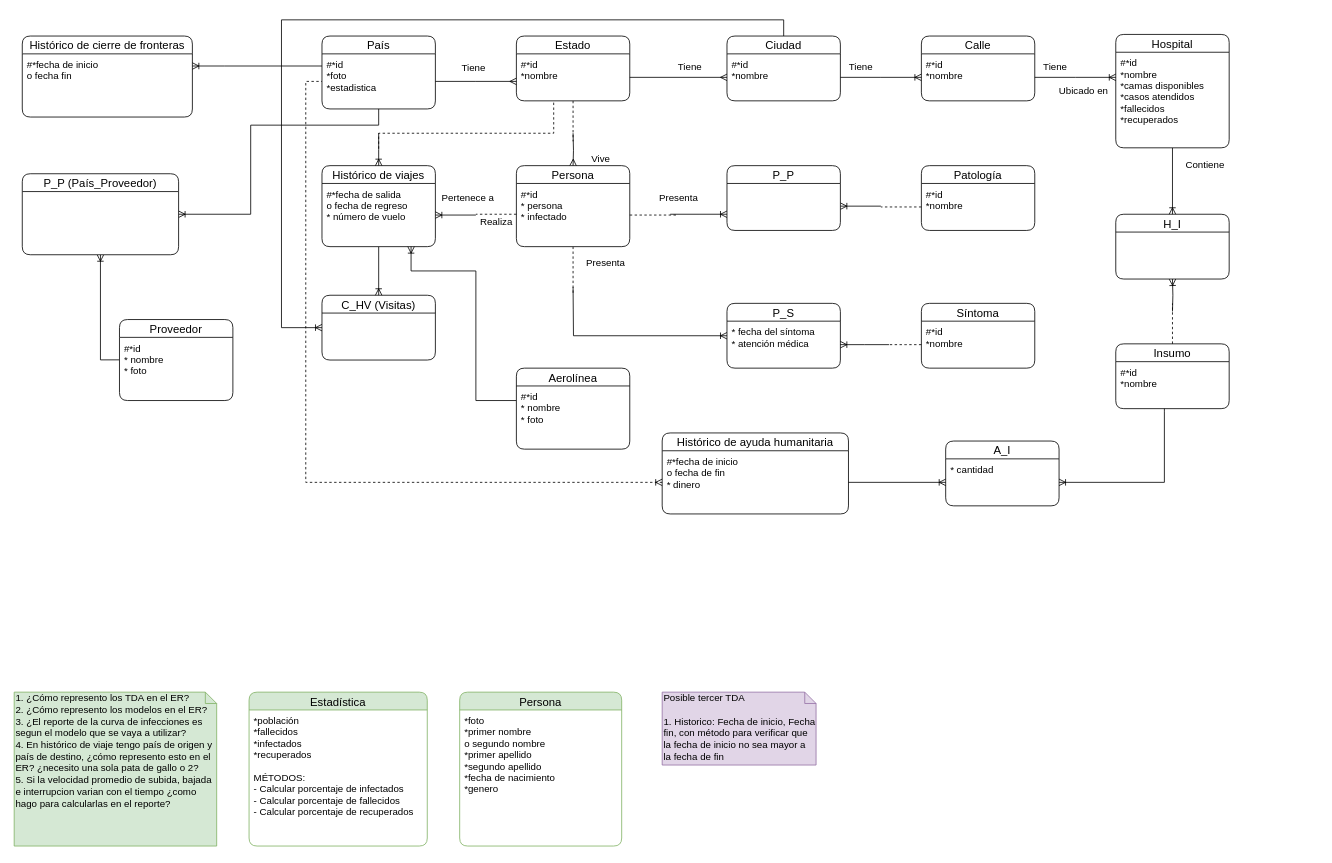
The draw.io diagram DB II/ER Prototype.drawio in NeutronBlast/IS-Ex, before the edit. Source tidied: cells renumbered, new cells numbered last; positions are measured from the earlier drawing's top-left corner, leaving out a move shared by most shapes. Both pictures are drawn from the tidied source at 81%, with x=0, y=0 at pixel (14, 19).
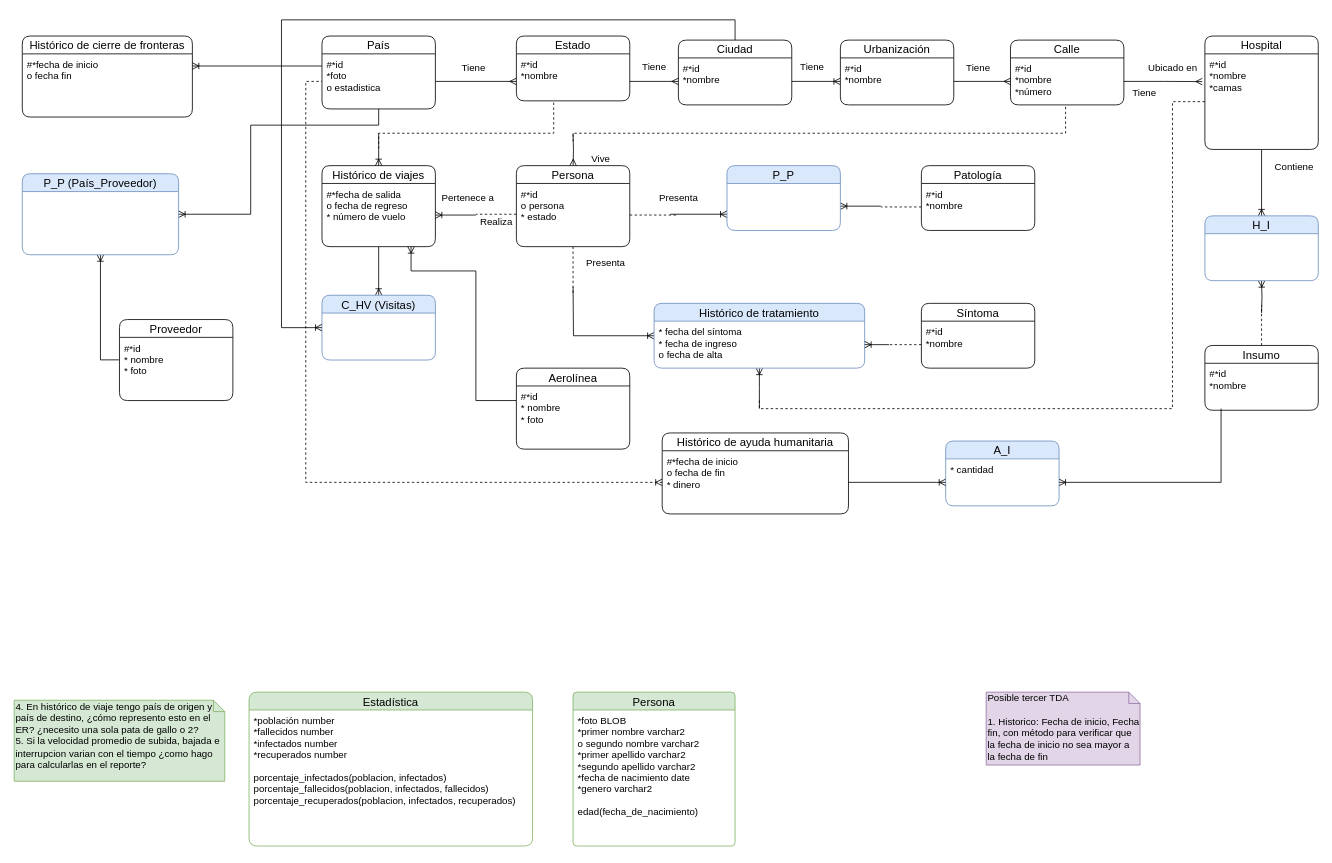
Above is the later version.

The change refers to these unchanged cells:
```xml
<mxCell id="5" value="País" style="swimlane;fontStyle=0;horizontal=1;startSize=22;fillColor=none;swimlaneFillColor=#ffffff;align=center;fontSize=14;rounded=1;" parent="1" vertex="1">
  <mxGeometry x="380" y="20" width="140" height="90" as="geometry" />
</mxCell>
<mxCell id="9" value="Estado" style="swimlane;fontStyle=0;horizontal=1;startSize=22;fillColor=none;swimlaneFillColor=#ffffff;align=center;fontSize=14;rounded=1;" parent="1" vertex="1">
  <mxGeometry x="620" y="20" width="140" height="80" as="geometry" />
</mxCell>
<mxCell id="10" value="#*id&#10;*nombre" style="text;strokeColor=none;fillColor=none;spacingLeft=4;spacingRight=4;overflow=hidden;points=[[0,0.5],[1,0.5]];portConstraint=eastwest;fontSize=12;" parent="9" vertex="1">
  <mxGeometry y="22" width="140" height="58" as="geometry" />
</mxCell>
<mxCell id="14" value="Persona" style="swimlane;fontStyle=0;horizontal=1;startSize=22;fillColor=none;swimlaneFillColor=#ffffff;align=center;fontSize=14;rounded=1;" parent="1" vertex="1">
  <mxGeometry x="620" y="180" width="140" height="100" as="geometry" />
</mxCell>
<mxCell id="38" value="#*id&#10;*nombre" style="text;strokeColor=none;fillColor=none;spacingLeft=4;spacingRight=4;overflow=hidden;points=[[0,0.5],[1,0.5]];portConstraint=eastwest;fontSize=12;" parent="37" vertex="1">
  <mxGeometry y="22" width="140" height="58" as="geometry" />
</mxCell>
<mxCell id="69" value="* cantidad" style="text;strokeColor=none;fillColor=none;spacingLeft=4;spacingRight=4;overflow=hidden;points=[[0,0.5],[1,0.5]];portConstraint=eastwest;fontSize=12;" parent="68" vertex="1">
  <mxGeometry y="22" width="140" height="58" as="geometry" />
</mxCell>
```

Change to the diagram source:
```diff
@@
-    <mxCell id="2" value="Persona" style="swimlane;fontStyle=0;horizontal=1;startSize=22;fillColor=#d5e8d4;swimlaneFillColor=#ffffff;align=center;fontSize=14;rounded=1;strokeColor=#82b366;" parent="1" vertex="1">
-      <mxGeometry x="550" y="830" width="200" height="190" as="geometry" />
+    <mxCell id="2" value="Persona" style="swimlane;fontStyle=0;horizontal=1;startSize=22;fillColor=#d5e8d4;swimlaneFillColor=#ffffff;align=center;fontSize=14;rounded=1;strokeColor=#82b366;arcSize=7;" parent="1" vertex="1">
+      <mxGeometry x="690" y="830" width="200" height="190" as="geometry" />
     </mxCell>
-    <mxCell id="3" value="*foto&#10;*primer nombre&#10;o segundo nombre&#10;*primer apellido&#10;*segundo apellido&#10;*fecha de nacimiento&#10;*genero&#10;" style="text;strokeColor=none;fillColor=none;spacingLeft=4;spacingRight=4;overflow=hidden;fontSize=12;" parent="2" vertex="1">
+    <mxCell id="3" value="*foto BLOB&#10;*primer nombre varchar2&#10;o segundo nombre varchar2&#10;*primer apellido varchar2&#10;*segundo apellido varchar2&#10;*fecha de nacimiento date&#10;*genero varchar2&#10;&#10;edad(fecha_de_nacimiento)" style="text;strokeColor=none;fillColor=none;spacingLeft=4;spacingRight=4;overflow=hidden;fontSize=12;" parent="2" vertex="1">
       <mxGeometry y="22" width="200" height="168" as="geometry" />
     </mxCell>
@@
-    <mxCell id="6" value="#*id&#10;*foto&#10;*estadistica" style="text;strokeColor=none;fillColor=none;spacingLeft=4;spacingRight=4;overflow=hidden;points=[[0,0.5],[1,0.5]];portConstraint=eastwest;fontSize=12;" parent="5" vertex="1">
+    <mxCell id="6" value="#*id&#10;*foto&#10;o estadistica" style="text;strokeColor=none;fillColor=none;spacingLeft=4;spacingRight=4;overflow=hidden;points=[[0,0.5],[1,0.5]];portConstraint=eastwest;fontSize=12;" parent="5" vertex="1">
       <mxGeometry y="22" width="140" height="68" as="geometry" />
     </mxCell>
@@
-    <mxCell id="8" style="edgeStyle=orthogonalEdgeStyle;rounded=0;jettySize=auto;html=1;startArrow=none;startFill=0;endArrow=none;endFill=0;dashed=1;" parent="1" edge="1" source="9">
+    <mxCell id="8" style="edgeStyle=orthogonalEdgeStyle;rounded=0;jettySize=auto;html=1;startArrow=none;startFill=0;endArrow=none;endFill=0;dashed=1;exitX=0.486;exitY=1.041;exitDx=0;exitDy=0;exitPerimeter=0;" parent="1" edge="1" source="51">
       <mxGeometry relative="1" as="geometry">
         <mxPoint x="690" y="150" as="targetPoint" />
+        <Array as="points">
+          <mxPoint x="1298" y="140" />
+          <mxPoint x="690" y="140" />
+        </Array>
       </mxGeometry>
     </mxCell>
@@
-    <mxCell id="15" value="#*id&#10;* persona&#10;* infectado" style="text;strokeColor=none;fillColor=none;spacingLeft=4;spacingRight=4;overflow=hidden;points=[[0,0.5],[1,0.5]];portConstraint=eastwest;fontSize=12;" parent="14" vertex="1">
+    <mxCell id="15" value="#*id&#10;o persona&#10;* estado" style="text;strokeColor=none;fillColor=none;spacingLeft=4;spacingRight=4;overflow=hidden;points=[[0,0.5],[1,0.5]];portConstraint=eastwest;fontSize=12;" parent="14" vertex="1">
       <mxGeometry y="22" width="140" height="78" as="geometry" />
     </mxCell>
@@
-    <mxCell id="20" value="P_P" style="swimlane;fontStyle=0;horizontal=1;startSize=22;fillColor=none;swimlaneFillColor=#ffffff;align=center;fontSize=14;rounded=1;" parent="1" vertex="1">
+    <mxCell id="20" value="P_P" style="swimlane;fontStyle=0;horizontal=1;startSize=22;fillColor=#dae8fc;swimlaneFillColor=#ffffff;align=center;fontSize=14;rounded=1;strokeColor=#6c8ebf;" parent="1" vertex="1">
       <mxGeometry x="880" y="180" width="140" height="80" as="geometry" />
     </mxCell>
@@
+    <mxCell id="85" style="edgeStyle=orthogonalEdgeStyle;rounded=0;jettySize=auto;html=1;endArrow=none;endFill=0;startArrow=ERoneToMany;startFill=0;" parent="1" edge="1" source="22">
+      <mxGeometry relative="1" as="geometry">
+        <mxPoint x="920" y="480" as="targetPoint" />
+      </mxGeometry>
+    </mxCell>
-    <mxCell id="22" value="P_S" style="swimlane;fontStyle=0;horizontal=1;startSize=22;fillColor=none;swimlaneFillColor=#ffffff;align=center;fontSize=14;rounded=1;" parent="1" vertex="1">
-      <mxGeometry x="880" y="350" width="140" height="80" as="geometry" />
+    <mxCell id="22" value="Histórico de tratamiento" style="swimlane;fontStyle=0;horizontal=1;startSize=22;fillColor=#dae8fc;swimlaneFillColor=#ffffff;align=center;fontSize=14;rounded=1;strokeColor=#6c8ebf;" parent="1" vertex="1">
+      <mxGeometry x="790" y="350" width="260" height="80" as="geometry" />
     </mxCell>
-    <mxCell id="23" value="* fecha del síntoma&#10;* atención médica" style="text;strokeColor=none;fillColor=none;spacingLeft=4;spacingRight=4;overflow=hidden;points=[[0,0.5],[1,0.5]];portConstraint=eastwest;fontSize=12;" parent="22" vertex="1">
-      <mxGeometry y="22" width="140" height="58" as="geometry" />
+    <mxCell id="23" value="* fecha del síntoma&#10;* fecha de ingreso&#10;o fecha de alta" style="text;strokeColor=none;fillColor=none;spacingLeft=4;spacingRight=4;overflow=hidden;points=[[0,0.5],[1,0.5]];portConstraint=eastwest;fontSize=12;" parent="22" vertex="1">
+      <mxGeometry y="22" width="260" height="58" as="geometry" />
     </mxCell>
@@
     <mxCell id="28" value="Estadística" style="swimlane;fontStyle=0;horizontal=1;startSize=22;fillColor=#d5e8d4;swimlaneFillColor=#ffffff;align=center;fontSize=14;rounded=1;strokeColor=#82b366;" parent="1" vertex="1">
-      <mxGeometry x="290" y="830" width="220" height="190" as="geometry" />
+      <mxGeometry x="290" y="830" width="350" height="190" as="geometry" />
     </mxCell>
-    <mxCell id="29" value="*población&#10;*fallecidos&#10;*infectados&#10;*recuperados&#10;&#10;MÉTODOS:&#10;- Calcular porcentaje de infectados&#10;- Calcular porcentaje de fallecidos&#10;- Calcular porcentaje de recuperados" style="text;strokeColor=none;fillColor=none;spacingLeft=4;spacingRight=4;overflow=hidden;fontSize=12;" parent="28" vertex="1">
-      <mxGeometry y="22" width="220" height="168" as="geometry" />
+    <mxCell id="29" value="*población number&#10;*fallecidos number&#10;*infectados number&#10;*recuperados number&#10;&#10;porcentaje_infectados(poblacion, infectados)&#10;porcentaje_fallecidos(poblacion, infectados, fallecidos)&#10;porcentaje_recuperados(poblacion, infectados, recuperados)&#10;" style="text;strokeColor=none;fillColor=none;spacingLeft=4;spacingRight=4;overflow=hidden;fontSize=12;" parent="28" vertex="1">
+      <mxGeometry y="22" width="350" height="168" as="geometry" />
     </mxCell>
@@
-    <mxCell id="32" value="1. ¿Cómo represento los TDA en el ER?&lt;br&gt;2. ¿Cómo represento los modelos en el ER?&lt;br&gt;3. ¿El reporte de la curva de infecciones es segun el modelo que se vaya a utilizar?&lt;br&gt;4. En histórico de viaje tengo país de origen y país de destino, ¿cómo represento esto en el ER? ¿necesito una sola pata de gallo o 2?&lt;br&gt;5. Si la velocidad promedio de subida, bajada e interrupcion varian con el tiempo ¿como hago para calcularlas en el reporte?" style="shape=note;whiteSpace=wrap;html=1;size=14;verticalAlign=top;align=left;spacingTop=-6;fillColor=#d5e8d4;strokeColor=#82b366;" parent="1" vertex="1">
-      <mxGeometry y="830" width="250" height="190" as="geometry" />
+    <mxCell id="32" value="4. En histórico de viaje tengo país de origen y país de destino, ¿cómo represento esto en el ER? ¿necesito una sola pata de gallo o 2?&lt;br&gt;5. Si la velocidad promedio de subida, bajada e interrupcion varian con el tiempo ¿como hago para calcularlas en el reporte?" style="shape=note;whiteSpace=wrap;html=1;size=14;verticalAlign=top;align=left;spacingTop=-6;fillColor=#d5e8d4;strokeColor=#82b366;" parent="1" vertex="1">
+      <mxGeometry y="840" width="260" height="100" as="geometry" />
     </mxCell>
@@
-    <mxCell id="35" value="C_HV (Visitas)" style="swimlane;fontStyle=0;horizontal=1;startSize=22;fillColor=none;swimlaneFillColor=#ffffff;align=center;fontSize=14;rounded=1;" parent="1" vertex="1">
+    <mxCell id="35" value="C_HV (Visitas)" style="swimlane;fontStyle=0;horizontal=1;startSize=22;fillColor=#dae8fc;swimlaneFillColor=#ffffff;align=center;fontSize=14;rounded=1;strokeColor=#6c8ebf;" parent="1" vertex="1">
       <mxGeometry x="380" y="340" width="140" height="80" as="geometry" />
     </mxCell>
     <mxCell id="36" style="edgeStyle=orthogonalEdgeStyle;rounded=0;jettySize=auto;html=1;exitX=0.5;exitY=0;exitDx=0;exitDy=0;startArrow=none;startFill=0;endArrow=ERoneToMany;endFill=0;entryX=0;entryY=0.5;entryDx=0;entryDy=0;" parent="1" edge="1" source="37" target="35">
       <mxGeometry relative="1" as="geometry">
         <Array as="points">
-          <mxPoint x="950" />
+          <mxPoint x="890" />
           <mxPoint x="330" />
           <mxPoint x="330" y="380" />
         </Array>
       </mxGeometry>
     </mxCell>
     <mxCell id="37" value="Ciudad" style="swimlane;fontStyle=0;horizontal=1;startSize=22;fillColor=none;swimlaneFillColor=#ffffff;align=center;fontSize=14;rounded=1;" parent="1" vertex="1">
-      <mxGeometry x="880" y="20" width="140" height="80" as="geometry" />
+      <mxGeometry x="820" y="25" width="140" height="80" as="geometry" />
     </mxCell>
@@
-    <mxCell id="39" style="edgeStyle=orthogonalEdgeStyle;rounded=0;jettySize=auto;html=1;exitX=1;exitY=0.5;exitDx=0;exitDy=0;entryX=0;entryY=0.5;entryDx=0;entryDy=0;startArrow=none;startFill=0;endArrow=ERmany;endFill=0;" parent="1" edge="1" source="10" target="38">
-      <mxGeometry relative="1" as="geometry" />
-    </mxCell>
@@
-    <mxCell id="48" value="Tiene" style="text;html=1;align=center;verticalAlign=middle;" parent="1" vertex="1">
-      <mxGeometry x="809" y="48" width="50" height="20" as="geometry" />
-    </mxCell>
@@
     <mxCell id="50" value="Calle" style="swimlane;fontStyle=0;horizontal=1;startSize=22;fillColor=none;swimlaneFillColor=#ffffff;align=center;fontSize=14;rounded=1;" parent="1" vertex="1">
-      <mxGeometry x="1120" y="20" width="140" height="80" as="geometry" />
+      <mxGeometry x="1230" y="25" width="140" height="80" as="geometry" />
     </mxCell>
-    <mxCell id="51" value="#*id&#10;*nombre" style="text;strokeColor=none;fillColor=none;spacingLeft=4;spacingRight=4;overflow=hidden;points=[[0,0.5],[1,0.5]];portConstraint=eastwest;fontSize=12;" parent="50" vertex="1">
+    <mxCell id="51" value="#*id&#10;*nombre&#10;*número" style="text;strokeColor=none;fillColor=none;spacingLeft=4;spacingRight=4;overflow=hidden;points=[[0,0.5],[1,0.5]];portConstraint=eastwest;fontSize=12;" parent="50" vertex="1">
       <mxGeometry y="22" width="140" height="58" as="geometry" />
     </mxCell>
     <mxCell id="52" style="edgeStyle=orthogonalEdgeStyle;rounded=0;jettySize=auto;html=1;startArrow=none;startFill=0;endArrow=ERoneToMany;endFill=0;" parent="1" edge="1" source="38">
       <mxGeometry relative="1" as="geometry">
-        <mxPoint x="1120" y="71" as="targetPoint" />
+        <mxPoint x="1020" y="76" as="targetPoint" />
       </mxGeometry>
     </mxCell>
@@
     <mxCell id="54" value="Hospital" style="swimlane;fontStyle=0;horizontal=1;startSize=22;fillColor=none;swimlaneFillColor=#ffffff;align=center;fontSize=14;rounded=1;" parent="1" vertex="1">
-      <mxGeometry x="1360" y="18" width="140" height="140" as="geometry" />
+      <mxGeometry x="1470" y="20" width="140" height="140" as="geometry" />
     </mxCell>
-    <mxCell id="55" value="#*id&#10;*nombre&#10;*camas disponibles&#10;*casos atendidos&#10;*fallecidos&#10;*recuperados" style="text;strokeColor=none;fillColor=none;spacingLeft=4;spacingRight=4;overflow=hidden;points=[[0,0.5],[1,0.5]];portConstraint=eastwest;fontSize=12;" parent="54" vertex="1">
+    <mxCell id="55" value="#*id&#10;*nombre&#10;*camas" style="text;strokeColor=none;fillColor=none;spacingLeft=4;spacingRight=4;overflow=hidden;points=[[0,0.5],[1,0.5]];portConstraint=eastwest;fontSize=12;" parent="54" vertex="1">
       <mxGeometry y="22" width="140" height="118" as="geometry" />
     </mxCell>
-    <mxCell id="56" style="edgeStyle=orthogonalEdgeStyle;rounded=0;jettySize=auto;html=1;startArrow=none;startFill=0;endArrow=ERoneToMany;endFill=0;" parent="1" edge="1" source="51">
-      <mxGeometry relative="1" as="geometry">
-        <mxPoint x="1360" y="71" as="targetPoint" />
-      </mxGeometry>
-    </mxCell>
     <mxCell id="57" value="Tiene" style="text;html=1;align=center;verticalAlign=middle;" parent="1" vertex="1">
-      <mxGeometry x="1260" y="48" width="50" height="20" as="geometry" />
+      <mxGeometry x="1370" y="80" width="50" height="20" as="geometry" />
     </mxCell>
     <mxCell id="58" value="Tiene" style="text;html=1;align=center;verticalAlign=middle;" parent="1" vertex="1">
-      <mxGeometry x="1020" y="48" width="50" height="20" as="geometry" />
+      <mxGeometry x="960" y="48" width="50" height="20" as="geometry" />
     </mxCell>
     <mxCell id="59" value="Ubicado en" style="text;html=1;align=center;verticalAlign=middle;" parent="1" vertex="1">
-      <mxGeometry x="1280" y="78" width="80" height="20" as="geometry" />
+      <mxGeometry x="1390" y="50" width="80" height="20" as="geometry" />
     </mxCell>
     <mxCell id="60" style="edgeStyle=orthogonalEdgeStyle;rounded=0;jettySize=auto;html=1;entryX=0.5;entryY=1;entryDx=0;entryDy=0;startArrow=none;startFill=0;endArrow=ERoneToMany;endFill=0;" parent="1" edge="1" target="64">
       <mxGeometry relative="1" as="geometry">
-        <mxPoint x="1430" y="360" as="sourcePoint" />
+        <mxPoint x="1540" y="362" as="sourcePoint" />
       </mxGeometry>
     </mxCell>
     <mxCell id="61" style="edgeStyle=orthogonalEdgeStyle;rounded=0;jettySize=auto;html=1;startArrow=none;startFill=0;endArrow=none;endFill=0;dashed=1;" parent="1" edge="1" source="62">
       <mxGeometry relative="1" as="geometry">
-        <mxPoint x="1430" y="350" as="targetPoint" />
+        <mxPoint x="1540" y="352" as="targetPoint" />
       </mxGeometry>
     </mxCell>
     <mxCell id="62" value="Insumo" style="swimlane;fontStyle=0;horizontal=1;startSize=22;fillColor=none;swimlaneFillColor=#ffffff;align=center;fontSize=14;rounded=1;" parent="1" vertex="1">
-      <mxGeometry x="1360" y="400" width="140" height="80" as="geometry" />
+      <mxGeometry x="1470" y="402" width="140" height="80" as="geometry" />
     </mxCell>
@@
-    <mxCell id="64" value="H_I" style="swimlane;fontStyle=0;horizontal=1;startSize=22;fillColor=none;swimlaneFillColor=#ffffff;align=center;fontSize=14;rounded=1;" parent="1" vertex="1">
-      <mxGeometry x="1360" y="240" width="140" height="80" as="geometry" />
+    <mxCell id="64" value="H_I" style="swimlane;fontStyle=0;horizontal=1;startSize=22;fillColor=#dae8fc;swimlaneFillColor=#ffffff;align=center;fontSize=14;rounded=1;strokeColor=#6c8ebf;" parent="1" vertex="1">
+      <mxGeometry x="1470" y="242" width="140" height="80" as="geometry" />
     </mxCell>
@@
-    <mxCell id="68" value="A_I" style="swimlane;fontStyle=0;horizontal=1;startSize=22;fillColor=none;swimlaneFillColor=#ffffff;align=center;fontSize=14;rounded=1;" parent="1" vertex="1">
+    <mxCell id="68" value="A_I" style="swimlane;fontStyle=0;horizontal=1;startSize=22;fillColor=#dae8fc;swimlaneFillColor=#ffffff;align=center;fontSize=14;rounded=1;strokeColor=#6c8ebf;" parent="1" vertex="1">
       <mxGeometry x="1150" y="520" width="140" height="80" as="geometry" />
     </mxCell>
@@
     <mxCell id="71" style="edgeStyle=orthogonalEdgeStyle;rounded=0;jettySize=auto;html=1;exitX=1;exitY=0.5;exitDx=0;exitDy=0;startArrow=ERoneToMany;startFill=0;endArrow=none;endFill=0;" parent="1" edge="1" source="69">
       <mxGeometry relative="1" as="geometry">
-        <mxPoint x="1420" y="480" as="targetPoint" />
+        <mxPoint x="1490" y="480" as="targetPoint" />
         <Array as="points">
-          <mxPoint x="1420" y="571" />
-          <mxPoint x="1420" y="484" />
+          <mxPoint x="1490" y="571" />
+          <mxPoint x="1490" y="480" />
         </Array>
       </mxGeometry>
     </mxCell>
@@
-    <mxCell id="76" value="P_P (País_Proveedor)" style="swimlane;fontStyle=0;horizontal=1;startSize=22;fillColor=none;swimlaneFillColor=#ffffff;align=center;fontSize=14;rounded=1;" parent="1" vertex="1">
+    <mxCell id="76" value="P_P (País_Proveedor)" style="swimlane;fontStyle=0;horizontal=1;startSize=22;fillColor=#dae8fc;swimlaneFillColor=#ffffff;align=center;fontSize=14;rounded=1;strokeColor=#6c8ebf;" parent="1" vertex="1">
       <mxGeometry x="10" y="190" width="193" height="100" as="geometry" />
     </mxCell>
@@
     <mxCell id="80" value="Posible tercer TDA&lt;br&gt;&lt;br&gt;1. Historico: Fecha de inicio, Fecha fin, con método para verificar que la fecha de inicio no sea mayor a la fecha de fin" style="shape=note;whiteSpace=wrap;html=1;size=14;verticalAlign=top;align=left;spacingTop=-6;fillColor=#e1d5e7;strokeColor=#9673a6;" parent="1" vertex="1">
-      <mxGeometry x="800" y="830" width="190" height="90" as="geometry" />
+      <mxGeometry x="1200" y="830" width="190" height="90" as="geometry" />
     </mxCell>
@@
     <mxCell id="84" value="Contiene" style="text;html=1;align=center;verticalAlign=middle;" parent="1" vertex="1">
-      <mxGeometry x="1440" y="170" width="60" height="20" as="geometry" />
+      <mxGeometry x="1550" y="172" width="60" height="20" as="geometry" />
     </mxCell>
+    <mxCell id="86" value="Urbanización" style="swimlane;fontStyle=0;horizontal=1;startSize=22;fillColor=none;swimlaneFillColor=#ffffff;align=center;fontSize=14;rounded=1;" parent="1" vertex="1">
+      <mxGeometry x="1020" y="25" width="140" height="80" as="geometry" />
+    </mxCell>
+    <mxCell id="87" value="#*id&#10;*nombre" style="text;strokeColor=none;fillColor=none;spacingLeft=4;spacingRight=4;overflow=hidden;points=[[0,0.5],[1,0.5]];portConstraint=eastwest;fontSize=12;" parent="86" vertex="1">
+      <mxGeometry y="22" width="140" height="58" as="geometry" />
+    </mxCell>
+    <mxCell id="39" style="edgeStyle=orthogonalEdgeStyle;rounded=0;jettySize=auto;html=1;endArrow=ERmany;endFill=0;" parent="1" edge="1" source="10" target="38">
+      <mxGeometry relative="1" as="geometry">
+        <Array as="points">
+          <mxPoint x="780" y="76" />
+          <mxPoint x="780" y="76" />
+        </Array>
+      </mxGeometry>
+    </mxCell>
+    <mxCell id="88" value="Tiene" style="text;html=1;align=center;verticalAlign=middle;" parent="1" vertex="1">
+      <mxGeometry x="765" y="48" width="50" height="20" as="geometry" />
+    </mxCell>
+    <mxCell id="89" style="edgeStyle=orthogonalEdgeStyle;rounded=0;jettySize=auto;html=1;entryX=-0.023;entryY=0.29;entryDx=0;entryDy=0;entryPerimeter=0;endArrow=ERmany;endFill=0;" parent="1" edge="1" source="51" target="55">
+      <mxGeometry relative="1" as="geometry" />
+    </mxCell>
+    <mxCell id="90" style="edgeStyle=orthogonalEdgeStyle;rounded=0;jettySize=auto;html=1;endArrow=ERmany;endFill=0;" parent="1" edge="1" source="87" target="51">
+      <mxGeometry relative="1" as="geometry" />
+    </mxCell>
+    <mxCell id="91" value="Tiene" style="text;html=1;align=center;verticalAlign=middle;" parent="1" vertex="1">
+      <mxGeometry x="1165" y="50" width="50" height="20" as="geometry" />
+    </mxCell>
+    <mxCell id="92" style="edgeStyle=orthogonalEdgeStyle;rounded=0;jettySize=auto;html=1;exitX=0;exitY=0.5;exitDx=0;exitDy=0;startArrow=none;startFill=0;endArrow=none;endFill=0;dashed=1;" parent="1" edge="1" source="55">
+      <mxGeometry relative="1" as="geometry">
+        <mxPoint x="920" y="470" as="targetPoint" />
+        <Array as="points">
+          <mxPoint x="1430" y="101" />
+          <mxPoint x="1430" y="480" />
+          <mxPoint x="920" y="480" />
+        </Array>
+      </mxGeometry>
+    </mxCell>
```
